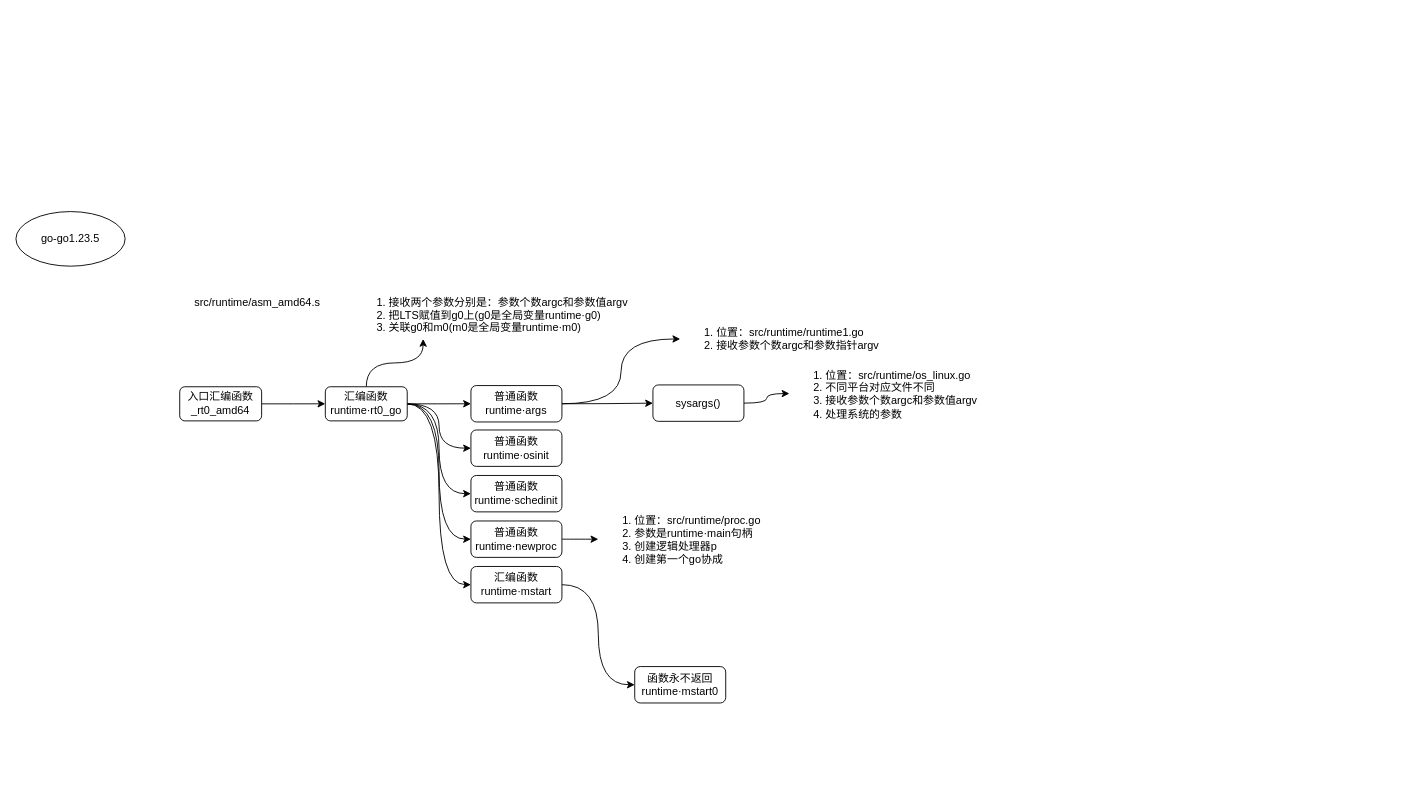
Before: book/src/MGP.drawio in fire1220/annotation-go1.23.5, a draw.io diagram. Source tidied: cells renumbered, new cells numbered last; positions are measured from the earlier drawing's top-left corner, leaving out a move shared by most shapes. Both pictures are drawn from the tidied source at 91%, with x=0, y=0 at pixel (15, 211).
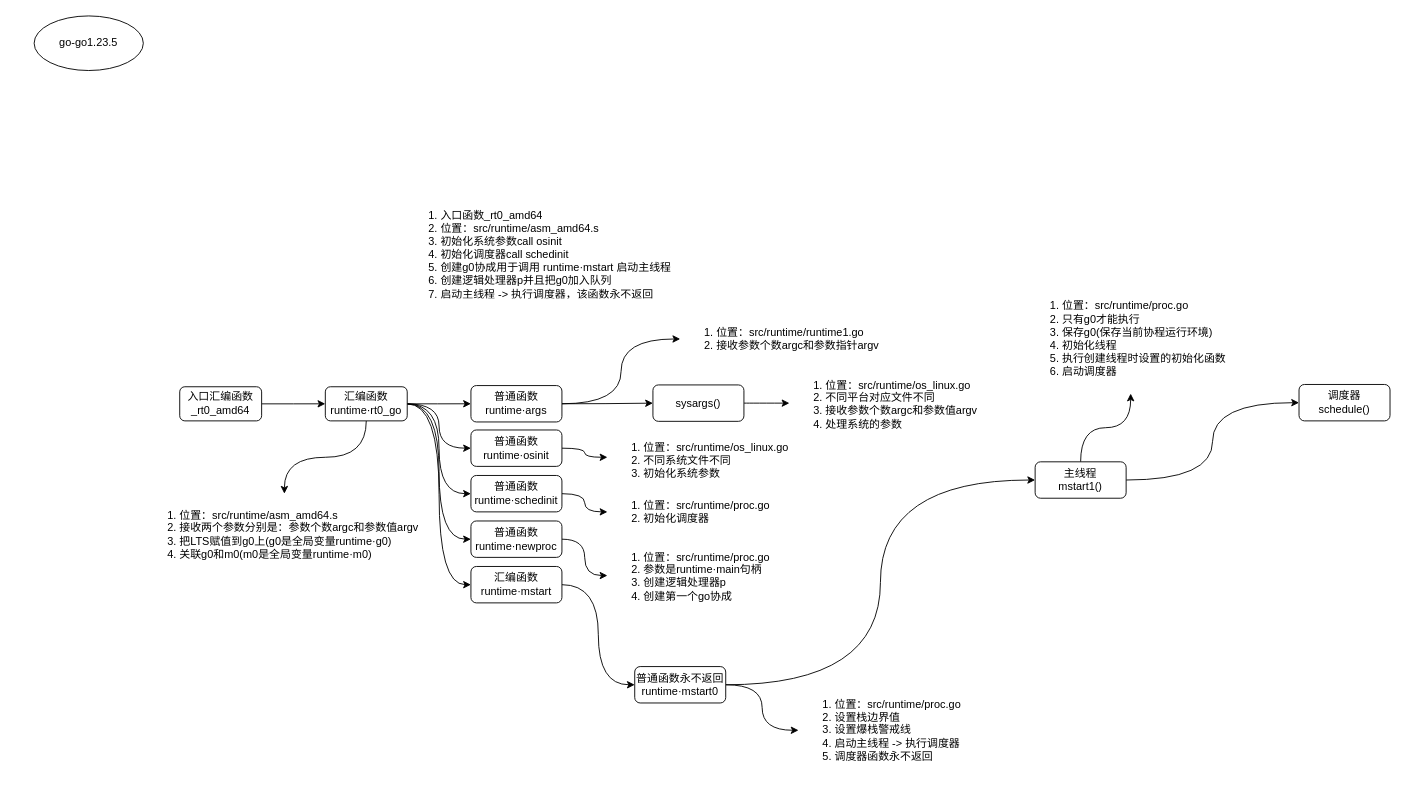
After the change.

Unchanged cells that the change refers to:
```xml
<mxCell id="12" value="汇编函数&lt;br&gt;runtime·rt0_go" style="rounded=1;whiteSpace=wrap;html=1;" parent="1" vertex="1">
  <mxGeometry x="340" y="192.5" width="90" height="37.5" as="geometry" />
</mxCell>
<mxCell id="17" value="普通函数&lt;br&gt;runtime·osinit" style="rounded=1;whiteSpace=wrap;html=1;labelBackgroundColor=none;align=center;" parent="1" vertex="1">
  <mxGeometry x="500" y="240" width="100" height="40" as="geometry" />
</mxCell>
<mxCell id="18" value="普通函数&lt;br&gt;runtime·schedinit" style="rounded=1;whiteSpace=wrap;html=1;labelBackgroundColor=none;align=center;" parent="1" vertex="1">
  <mxGeometry x="500" y="290" width="100" height="40" as="geometry" />
</mxCell>
```

Diff of the diagram source:
```diff
@@
     <mxCell id="4" value="&lt;span&gt;go-go1.23.5&lt;/span&gt;" style="ellipse;whiteSpace=wrap;html=1;" parent="1" vertex="1">
-      <mxGeometry width="120" height="60" as="geometry" />
+      <mxGeometry x="20" y="-215" width="120" height="60" as="geometry" />
     </mxCell>
-    <mxCell id="5" value="&lt;span&gt;src/runtime/asm_amd64.s&lt;/span&gt;" style="text;html=1;align=center;verticalAlign=middle;strokeColor=none;" parent="1" vertex="1">
-      <mxGeometry x="190" y="90" width="150" height="20" as="geometry" />
-    </mxCell>
-    <mxCell id="6" style="edgeStyle=orthogonalEdgeStyle;curved=1;rounded=0;jettySize=auto;html=1;entryX=0.25;entryY=1;entryDx=0;entryDy=0;fontSize=12;strokeWidth=1;" parent="1" edge="1" source="12" target="13">
+    <mxCell id="6" style="edgeStyle=orthogonalEdgeStyle;curved=1;rounded=0;jettySize=auto;html=1;fontSize=12;strokeWidth=1;" parent="1" edge="1" source="12" target="13">
       <mxGeometry relative="1" as="geometry" />
     </mxCell>
@@
-    <mxCell id="13" value="&lt;ol style=&quot;font-size: 12px&quot;&gt;&lt;li style=&quot;font-size: 12px&quot;&gt;接收两个参数分别是：参数个数argc和参数值argv&lt;/li&gt;&lt;li style=&quot;font-size: 12px&quot;&gt;把LTS赋值到g0上(g0是全局变量&lt;span style=&quot;font-size: 12px&quot;&gt;runtime·g0)&lt;/span&gt;&lt;/li&gt;&lt;li style=&quot;font-size: 12px&quot;&gt;&lt;span style=&quot;font-size: 12px&quot;&gt;关联g0和m0(m0是全局变量runtime·m0)&lt;/span&gt;&lt;/li&gt;&lt;/ol&gt;" style="text;strokeColor=none;fillColor=none;html=1;verticalAlign=middle;overflow=hidden;align=left;spacing=0;labelBorderColor=none;labelBackgroundColor=none;imageWidth=24;imageHeight=24;arcSize=12;fontSize=12;absoluteArcSize=0;fillOpacity=100;" parent="1" vertex="1">
-      <mxGeometry x="370" y="80" width="310" height="60" as="geometry" />
+    <mxCell id="13" value="&lt;ol style=&quot;font-size: 12px&quot;&gt;&lt;li style=&quot;font-size: 12px&quot;&gt;位置：src/runtime/asm_amd64.s&lt;/li&gt;&lt;li style=&quot;font-size: 12px&quot;&gt;接收两个参数分别是：参数个数argc和参数值argv&lt;/li&gt;&lt;li style=&quot;font-size: 12px&quot;&gt;把LTS赋值到g0上(g0是全局变量&lt;span style=&quot;font-size: 12px&quot;&gt;runtime·g0)&lt;/span&gt;&lt;/li&gt;&lt;li style=&quot;font-size: 12px&quot;&gt;&lt;span style=&quot;font-size: 12px&quot;&gt;关联g0和m0(m0是全局变量runtime·m0)&lt;/span&gt;&lt;/li&gt;&lt;/ol&gt;" style="text;strokeColor=none;fillColor=none;html=1;verticalAlign=middle;overflow=hidden;align=left;spacing=0;labelBorderColor=none;labelBackgroundColor=none;imageWidth=24;imageHeight=24;arcSize=12;fontSize=12;absoluteArcSize=0;fillOpacity=100;" parent="1" vertex="1">
+      <mxGeometry x="140" y="310" width="310" height="90" as="geometry" />
     </mxCell>
@@
+    <mxCell id="29" style="edgeStyle=orthogonalEdgeStyle;curved=1;rounded=0;jettySize=auto;html=1;fontSize=12;strokeWidth=1;" parent="1" edge="1" source="17" target="35">
+      <mxGeometry relative="1" as="geometry" />
+    </mxCell>
@@
+    <mxCell id="30" style="edgeStyle=orthogonalEdgeStyle;curved=1;rounded=0;jettySize=auto;html=1;fontSize=12;strokeWidth=1;" parent="1" edge="1" source="18" target="34">
+      <mxGeometry relative="1" as="geometry" />
+    </mxCell>
@@
+    <mxCell id="31" style="edgeStyle=orthogonalEdgeStyle;curved=1;rounded=0;jettySize=auto;html=1;entryX=0;entryY=0.5;entryDx=0;entryDy=0;fontSize=12;strokeWidth=1;" parent="1" edge="1" source="23" target="36">
+      <mxGeometry relative="1" as="geometry" />
+    </mxCell>
+    <mxCell id="32" style="edgeStyle=orthogonalEdgeStyle;curved=1;rounded=0;jettySize=auto;html=1;entryX=0;entryY=0.5;entryDx=0;entryDy=0;fontSize=12;strokeWidth=1;" parent="1" edge="1" source="23" target="39">
+      <mxGeometry relative="1" as="geometry" />
+    </mxCell>
-    <mxCell id="23" value="&lt;span&gt;函数永不返回&lt;/span&gt;&lt;br&gt;runtime·mstart0" style="rounded=1;whiteSpace=wrap;html=1;labelBackgroundColor=none;align=center;" parent="1" vertex="1">
+    <mxCell id="23" value="&lt;span&gt;普通函数永不返回&lt;/span&gt;&lt;br&gt;runtime·mstart0" style="rounded=1;whiteSpace=wrap;html=1;labelBackgroundColor=none;align=center;" parent="1" vertex="1">
       <mxGeometry x="680" y="500" width="100" height="40" as="geometry" />
     </mxCell>
     <mxCell id="24" value="&lt;ol&gt;&lt;li&gt;&lt;span style=&quot;font-size: 12px ; text-align: center&quot;&gt;位置：&lt;/span&gt;src/runtime/proc.go&lt;/li&gt;&lt;li style=&quot;font-size: 12px&quot;&gt;&lt;span style=&quot;text-align: center&quot;&gt;参数是runtime·main句柄&lt;/span&gt;&lt;br&gt;&lt;/li&gt;&lt;li style=&quot;font-size: 12px&quot;&gt;创建逻辑处理器p&lt;/li&gt;&lt;li style=&quot;font-size: 12px&quot;&gt;创建第一个go协成&lt;/li&gt;&lt;/ol&gt;" style="text;strokeColor=none;fillColor=none;html=1;verticalAlign=middle;overflow=hidden;align=left;spacing=0;labelBorderColor=none;labelBackgroundColor=none;imageWidth=24;imageHeight=24;arcSize=12;fontSize=12;absoluteArcSize=0;fillOpacity=100;" parent="1" vertex="1">
-      <mxGeometry x="640" y="320" width="190" height="80" as="geometry" />
+      <mxGeometry x="650" y="360" width="190" height="80" as="geometry" />
     </mxCell>
@@
     <mxCell id="28" value="&lt;ol&gt;&lt;li&gt;&lt;span style=&quot;font-size: 12px ; text-align: center&quot;&gt;位置：&lt;/span&gt;src/runtime/os_linux.go&lt;/li&gt;&lt;li&gt;不同平台对应文件不同&lt;/li&gt;&lt;li style=&quot;font-size: 12px&quot;&gt;接收参数个数argc和参数值argv&lt;/li&gt;&lt;li style=&quot;font-size: 12px&quot;&gt;处理系统的参数&lt;/li&gt;&lt;/ol&gt;" style="text;strokeColor=none;fillColor=none;html=1;verticalAlign=middle;overflow=hidden;align=left;spacing=0;labelBorderColor=none;labelBackgroundColor=none;imageWidth=24;imageHeight=24;arcSize=12;fontSize=12;absoluteArcSize=0;fillOpacity=100;" parent="1" vertex="1">
-      <mxGeometry x="850" y="160" width="240" height="80" as="geometry" />
+      <mxGeometry x="850" y="170.5" width="240" height="80" as="geometry" />
     </mxCell>
+    <mxCell id="33" value="&lt;ol&gt;&lt;li&gt;&lt;span style=&quot;text-align: center&quot;&gt;入口函数_rt0_amd64&lt;/span&gt;&lt;br&gt;&lt;/li&gt;&lt;li&gt;位置：src/runtime/asm_amd64.s&lt;/li&gt;&lt;li&gt;初始化系统参数call osinit&lt;/li&gt;&lt;li style=&quot;font-size: 12px&quot;&gt;初始化调度器call schedinit&lt;/li&gt;&lt;li style=&quot;font-size: 12px&quot;&gt;&lt;span&gt;创建g0协成用于&lt;/span&gt;&lt;span&gt;调用 runtime·mstart 启动主线程&lt;/span&gt;&lt;/li&gt;&lt;li style=&quot;font-size: 12px&quot;&gt;&lt;span&gt;创建逻辑处理器p并且把g0加入队列&lt;/span&gt;&lt;br&gt;&lt;/li&gt;&lt;li&gt;启动主线程 -&amp;gt; 执行调度器，该函数永不返回&lt;br&gt;&lt;/li&gt;&lt;/ol&gt;" style="text;strokeColor=none;fillColor=none;html=1;verticalAlign=middle;overflow=hidden;align=left;spacing=0;labelBorderColor=none;labelBackgroundColor=none;imageWidth=24;imageHeight=24;arcSize=12;fontSize=12;absoluteArcSize=0;fillOpacity=100;" parent="1" vertex="1">
+      <mxGeometry x="427" y="-15" width="380" height="110" as="geometry" />
+    </mxCell>
+    <mxCell id="34" value="&lt;ol&gt;&lt;li&gt;&lt;span style=&quot;font-size: 12px;&quot;&gt;位置：&lt;/span&gt;src/runtime/proc.go&lt;/li&gt;&lt;li style=&quot;font-size: 12px;&quot;&gt;初始化调度器&lt;/li&gt;&lt;/ol&gt;" style="text;strokeColor=none;fillColor=none;html=1;verticalAlign=middle;overflow=hidden;align=left;spacing=0;labelBorderColor=none;labelBackgroundColor=none;imageWidth=24;imageHeight=24;arcSize=12;fontSize=12;absoluteArcSize=0;fillOpacity=100;" parent="1" vertex="1">
+      <mxGeometry x="650" y="300" width="190" height="60" as="geometry" />
+    </mxCell>
+    <mxCell id="35" value="&lt;ol&gt;&lt;li&gt;&lt;span style=&quot;font-size: 12px&quot;&gt;位置：&lt;/span&gt;src/runtime/os_linux.go&lt;/li&gt;&lt;li&gt;不同系统文件不同&lt;/li&gt;&lt;li style=&quot;font-size: 12px&quot;&gt;初始化系统参数&lt;/li&gt;&lt;/ol&gt;" style="text;strokeColor=none;fillColor=none;html=1;verticalAlign=middle;overflow=hidden;align=left;spacing=0;labelBorderColor=none;labelBackgroundColor=none;imageWidth=24;imageHeight=24;arcSize=12;fontSize=12;absoluteArcSize=0;fillOpacity=100;" parent="1" vertex="1">
+      <mxGeometry x="650" y="240" width="210" height="60" as="geometry" />
+    </mxCell>
+    <mxCell id="36" value="&lt;ol&gt;&lt;li&gt;&lt;span style=&quot;font-size: 12px ; text-align: center&quot;&gt;位置：&lt;/span&gt;src/runtime/proc.go&lt;/li&gt;&lt;li&gt;设置栈边界值&lt;/li&gt;&lt;li&gt;设置爆栈警戒线&lt;/li&gt;&lt;li&gt;启动主线程 -&amp;gt; 执行调度器&lt;/li&gt;&lt;li&gt;调度器函数永不返回&lt;br&gt;&lt;/li&gt;&lt;/ol&gt;" style="text;strokeColor=none;fillColor=none;html=1;verticalAlign=middle;overflow=hidden;align=left;spacing=0;labelBorderColor=none;labelBackgroundColor=none;imageWidth=24;imageHeight=24;arcSize=12;fontSize=12;absoluteArcSize=0;fillOpacity=100;" parent="1" vertex="1">
+      <mxGeometry x="860" y="510" width="200" height="120" as="geometry" />
+    </mxCell>
+    <mxCell id="37" style="edgeStyle=orthogonalEdgeStyle;curved=1;rounded=0;jettySize=auto;html=1;entryX=0.5;entryY=1;entryDx=0;entryDy=0;fontSize=12;strokeWidth=1;" parent="1" edge="1" source="39" target="40">
+      <mxGeometry relative="1" as="geometry" />
+    </mxCell>
+    <mxCell id="38" style="edgeStyle=orthogonalEdgeStyle;curved=1;rounded=0;jettySize=auto;html=1;entryX=0;entryY=0.5;entryDx=0;entryDy=0;fontSize=12;strokeWidth=1;" parent="1" edge="1" source="39" target="41">
+      <mxGeometry relative="1" as="geometry" />
+    </mxCell>
+    <mxCell id="39" value="主线程&lt;br&gt;mstart1()" style="rounded=1;whiteSpace=wrap;html=1;labelBackgroundColor=none;fontSize=12;align=center;" parent="1" vertex="1">
+      <mxGeometry x="1120" y="275" width="100" height="40" as="geometry" />
+    </mxCell>
+    <mxCell id="40" value="&lt;ol&gt;&lt;li&gt;&lt;span style=&quot;font-size: 12px ; text-align: center&quot;&gt;位置：&lt;/span&gt;src/runtime/proc.go&lt;/li&gt;&lt;li&gt;只有g0才能执行&lt;/li&gt;&lt;li&gt;保存g0(保存当前协程运行环境)&lt;/li&gt;&lt;li&gt;初始化线程&lt;/li&gt;&lt;li&gt;执行创建线程时设置的初始化函数&lt;/li&gt;&lt;li&gt;启动调度器&lt;/li&gt;&lt;/ol&gt;" style="text;strokeColor=none;fillColor=none;html=1;verticalAlign=middle;overflow=hidden;align=left;spacing=0;labelBorderColor=none;labelBackgroundColor=none;imageWidth=24;imageHeight=24;arcSize=12;fontSize=12;absoluteArcSize=0;fillOpacity=100;" parent="1" vertex="1">
+      <mxGeometry x="1110" y="80" width="230" height="120" as="geometry" />
+    </mxCell>
+    <mxCell id="41" value="调度器&lt;br&gt;schedule()" style="rounded=1;whiteSpace=wrap;html=1;labelBackgroundColor=none;fontSize=12;align=center;" parent="1" vertex="1">
+      <mxGeometry x="1410" y="190" width="100" height="40" as="geometry" />
+    </mxCell>
```
